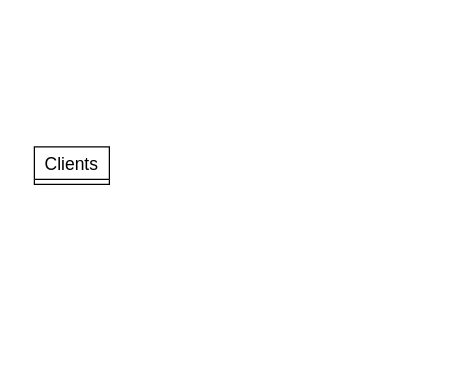
StanEkso/available-funds-investing keeps this draw.io diagram as relations.drawio. Above is the earlier version. Source tidied: cells renumbered, new cells numbered last; positions are measured from the earlier drawing's top-left corner, leaving out a move shared by most shapes. Both pictures are drawn from the tidied source at 125%, with x=0, y=0 at pixel (34, 146).
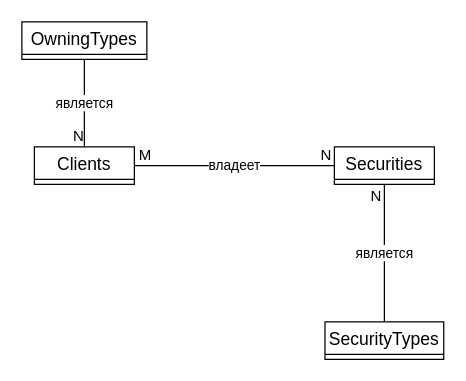
Above is the later version.

What changed in the source:
```diff
@@
 <mxGraphModel>
   <root>
     <mxCell id="0" />
     <mxCell id="1" parent="0" />
     <mxCell id="2" value="Clients" style="swimlane;fontStyle=0;horizontal=1;startSize=26;align=center;fontSize=14;" parent="1" vertex="1" collapsed="1">
-      <mxGeometry width="60" height="30" as="geometry" />
+      <mxGeometry width="80" height="30" as="geometry" />
     </mxCell>
+    <mxCell id="3" value="Securities" style="swimlane;fontStyle=0;horizontal=1;startSize=26;align=center;fontSize=14;" parent="1" vertex="1" collapsed="1">
+      <mxGeometry x="240" width="80" height="30" as="geometry" />
+    </mxCell>
+    <mxCell id="4" value="владеет" style="endArrow=none;html=1;rounded=0;exitX=1;exitY=0.5;exitDx=0;exitDy=0;entryX=0;entryY=0.5;entryDx=0;entryDy=0;" parent="1" edge="1" source="2" target="3">
+      <mxGeometry relative="1" as="geometry" />
+    </mxCell>
+    <mxCell id="5" value="M" style="html=1;align=left;verticalAlign=bottom;" parent="4" vertex="1">
+      <mxGeometry x="-1" relative="1" as="geometry">
+        <mxPoint x="2" as="offset" />
+      </mxGeometry>
+    </mxCell>
+    <mxCell id="6" value="N" style="html=1;align=right;verticalAlign=bottom;" parent="4" vertex="1">
+      <mxGeometry x="1" relative="1" as="geometry">
+        <mxPoint x="-2" as="offset" />
+      </mxGeometry>
+    </mxCell>
+    <mxCell id="7" value="SecurityTypes" style="swimlane;fontStyle=0;horizontal=1;startSize=26;align=center;fontSize=14;" parent="1" vertex="1" collapsed="1">
+      <mxGeometry x="232.5" y="140" width="95" height="30" as="geometry" />
+    </mxCell>
+    <mxCell id="8" value="является" style="endArrow=none;html=1;rounded=0;exitX=0.5;exitY=0;exitDx=0;exitDy=0;entryX=0.5;entryY=1;entryDx=0;entryDy=0;" parent="1" edge="1" source="7" target="3">
+      <mxGeometry relative="1" as="geometry" />
+    </mxCell>
+    <mxCell id="9" value="N" style="html=1;align=right;verticalAlign=bottom;" parent="8" vertex="1">
+      <mxGeometry x="1" relative="1" as="geometry">
+        <mxPoint x="-2" y="18" as="offset" />
+      </mxGeometry>
+    </mxCell>
+    <mxCell id="10" value="OwningTypes" style="swimlane;fontStyle=0;horizontal=1;startSize=26;align=center;fontSize=14;" parent="1" vertex="1" collapsed="1">
+      <mxGeometry x="-10" y="-100" width="100" height="30" as="geometry" />
+    </mxCell>
+    <mxCell id="11" value="является" style="endArrow=none;html=1;rounded=0;exitX=0.5;exitY=1;exitDx=0;exitDy=0;entryX=0.5;entryY=0;entryDx=0;entryDy=0;" parent="1" edge="1" source="10" target="2">
+      <mxGeometry relative="1" as="geometry" />
+    </mxCell>
+    <mxCell id="12" value="N" style="html=1;align=right;verticalAlign=bottom;" parent="11" vertex="1">
+      <mxGeometry x="1" relative="1" as="geometry" />
+    </mxCell>
   </root>
 </mxGraphModel>
```
